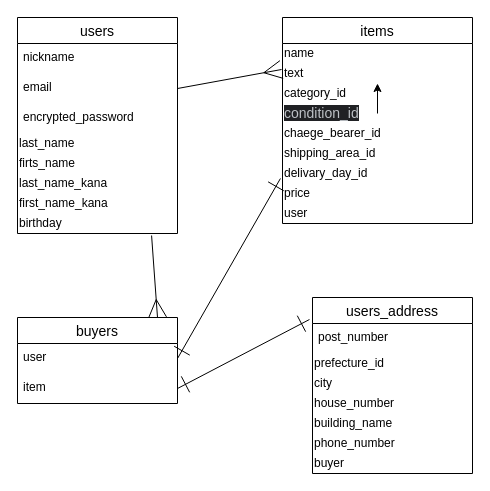
koki2014/furima-38222 keeps this draw.io diagram as test.dio. Above is the earlier version. Source tidied: cells renumbered, new cells numbered last; positions are measured from the earlier drawing's top-left corner, leaving out a move shared by most shapes. Both pictures are drawn from the tidied source at 100%, with x=0, y=0 at pixel (17, 17).
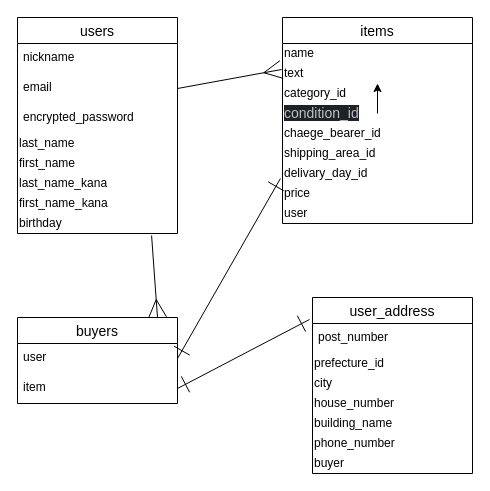
The same diagram, later.

Unchanged cells that the change refers to:
```xml
<mxCell id="2" value="users" style="swimlane;fontStyle=0;horizontal=1;startSize=26;align=center;fontSize=14;" parent="1" vertex="1">
  <mxGeometry width="160" height="216" as="geometry" />
</mxCell>
```

Diff of the diagram source:
```diff
@@
-    <mxCell id="7" value="firts_name" style="text;html=1;align=left;verticalAlign=middle;fillColor=none;strokeColor=none;rounded=0;" parent="2" vertex="1">
+    <mxCell id="7" value="first_name" style="text;html=1;align=left;verticalAlign=middle;fillColor=none;strokeColor=none;rounded=0;" parent="2" vertex="1">
       <mxGeometry y="136" width="160" height="20" as="geometry" />
     </mxCell>
@@
-    <mxCell id="23" value="users_address" style="swimlane;fontStyle=0;horizontal=1;startSize=26;align=center;fontSize=14;" parent="1" vertex="1">
+    <mxCell id="23" value="user_address" style="swimlane;fontStyle=0;horizontal=1;startSize=26;align=center;fontSize=14;" parent="1" vertex="1">
       <mxGeometry x="295" y="280" width="160" height="176" as="geometry" />
     </mxCell>
```
